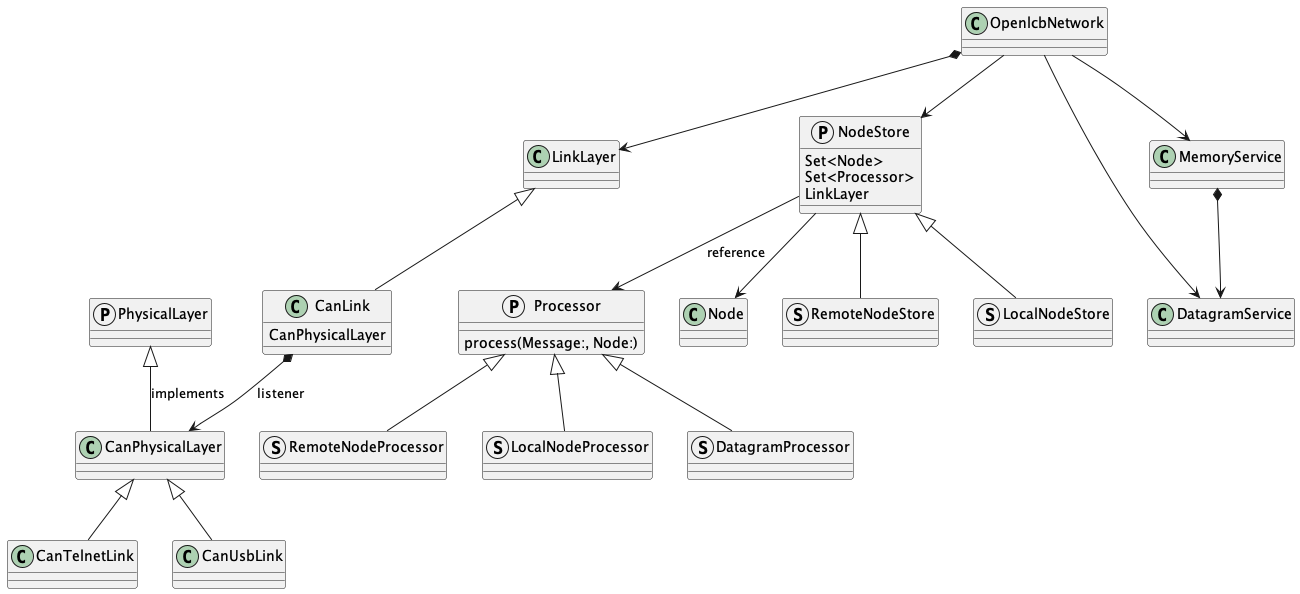
The PlantUML diagram Sources/OpenlcbLibrary/Documentation.docc/Classes.png in bobjacobsen/OpenlcbLibrary, before a commit.
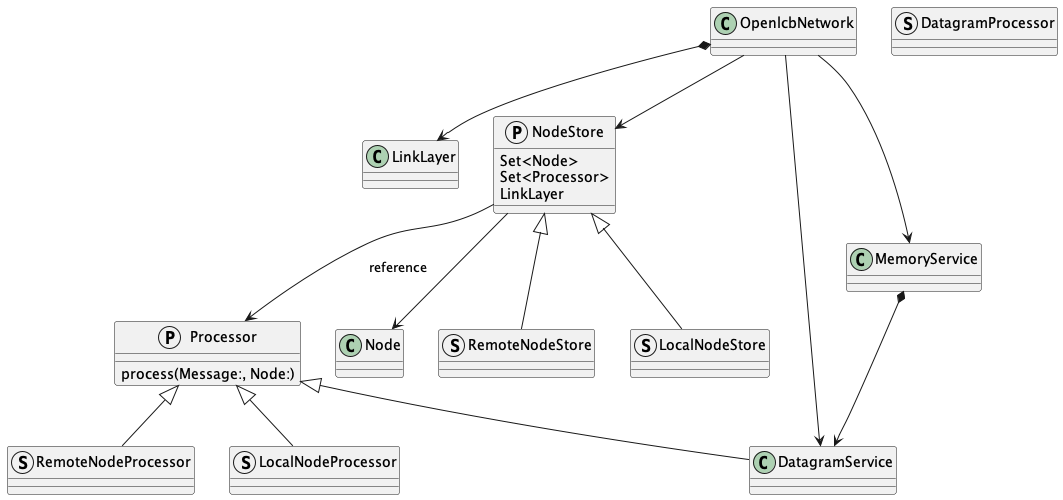
After the change.

Commit message:
break out diagrams for clarity

Change to the diagram source:
```diff
@@ -1,15 +1,6 @@
 @startuml
 
-protocol PhysicalLayer
-PhysicalLayer <|-- CanPhysicalLayer : implements
-CanPhysicalLayer <|-- CanTelnetLink
-CanPhysicalLayer <|-- CanUsbLink
-
 class LinkLayer
-LinkLayer <|-- CanLink
-
-CanLink *--> CanPhysicalLayer : listener
-CanLink : CanPhysicalLayer
 
 protocol Processor
 Processor : process(Message:, Node:)
@@ -19,7 +10,6 @@
 struct DatagramProcessor
 Processor <|-- RemoteNodeProcessor
 Processor <|-- LocalNodeProcessor
-Processor <|-- DatagramProcessor
 
 class Node
 
@@ -45,6 +35,8 @@
 OpenlcbNetwork --> DatagramService
 OpenlcbNetwork --> MemoryService
 
+Processor <|-- DatagramService
+
 MemoryService *-->  DatagramService
 
 @enduml
```
